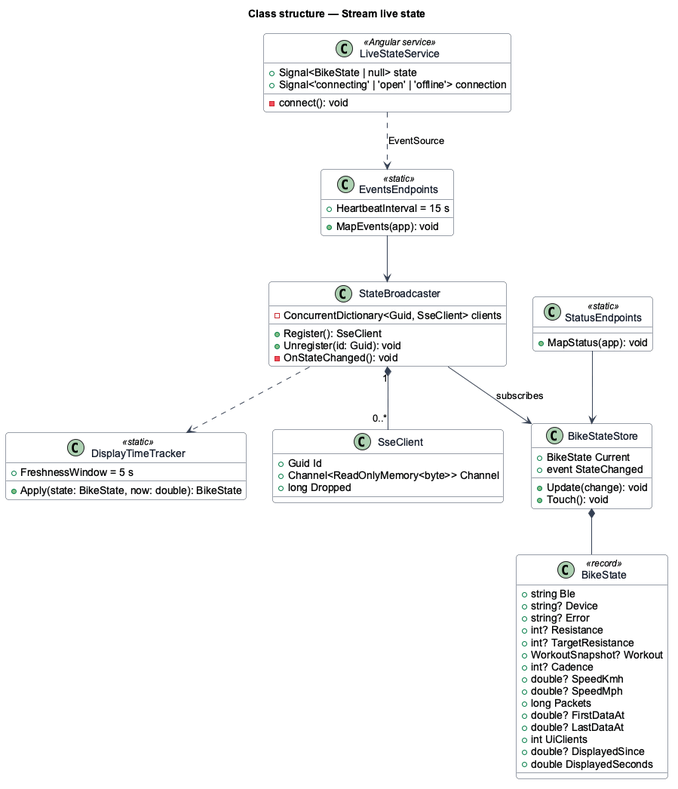
Above: docs/detailed-designs/live-state/stream-live-state/diagrams/class-structure.png in QuinntyneBrown/ride-one (PlantUML), before the change. The source it was exported from:
```plantuml
@startuml
skinparam backgroundColor #FFFFFF
skinparam shadowing false
skinparam roundcorner 8
skinparam defaultFontName Arial
skinparam ArrowColor #344054
skinparam class {
  BorderColor #344054
  FontColor #101828
  BackgroundColor #F9FAFB
}
title Class structure — Stream live state

class BikeState <<record>> {
  +string Ble
  +string? Device
  +string? Error
  +int? Resistance
  +int? TargetResistance
  +WorkoutSnapshot? Workout
  +int? Cadence
  +double? SpeedKmh
  +double? SpeedMph
  +long Packets
  +double? FirstDataAt
  +double? LastDataAt
  +int UiClients
  +double? DisplayedSince
  +double DisplayedSeconds
}
class BikeStateStore {
  +BikeState Current
  +event StateChanged
  +Update(change): void
  +Touch(): void
}
class DisplayTimeTracker <<static>> {
  +FreshnessWindow = 5 s
  +Apply(state: BikeState, now: double): BikeState
}
class StateBroadcaster {
  -ConcurrentDictionary<Guid, SseClient> clients
  +Register(): SseClient
  +Unregister(id: Guid): void
  -OnStateChanged(): void
}
class SseClient {
  +Guid Id
  +Channel<ReadOnlyMemory<byte>> Channel
  +long Dropped
}
class EventsEndpoints <<static>> {
  +HeartbeatInterval = 15 s
  +MapEvents(app): void
}
class StatusEndpoints <<static>> {
  +MapStatus(app): void
}
class LiveStateService <<Angular service>> {
  +Signal<BikeState | null> state
  +Signal<'connecting' | 'open' | 'offline'> connection
  -connect(): void
}

BikeStateStore *-- BikeState
StateBroadcaster --> BikeStateStore : subscribes
StateBroadcaster ..> DisplayTimeTracker
StateBroadcaster "1" *-- "0..*" SseClient
EventsEndpoints --> StateBroadcaster
StatusEndpoints --> BikeStateStore
LiveStateService ..> EventsEndpoints : EventSource
@enduml
```
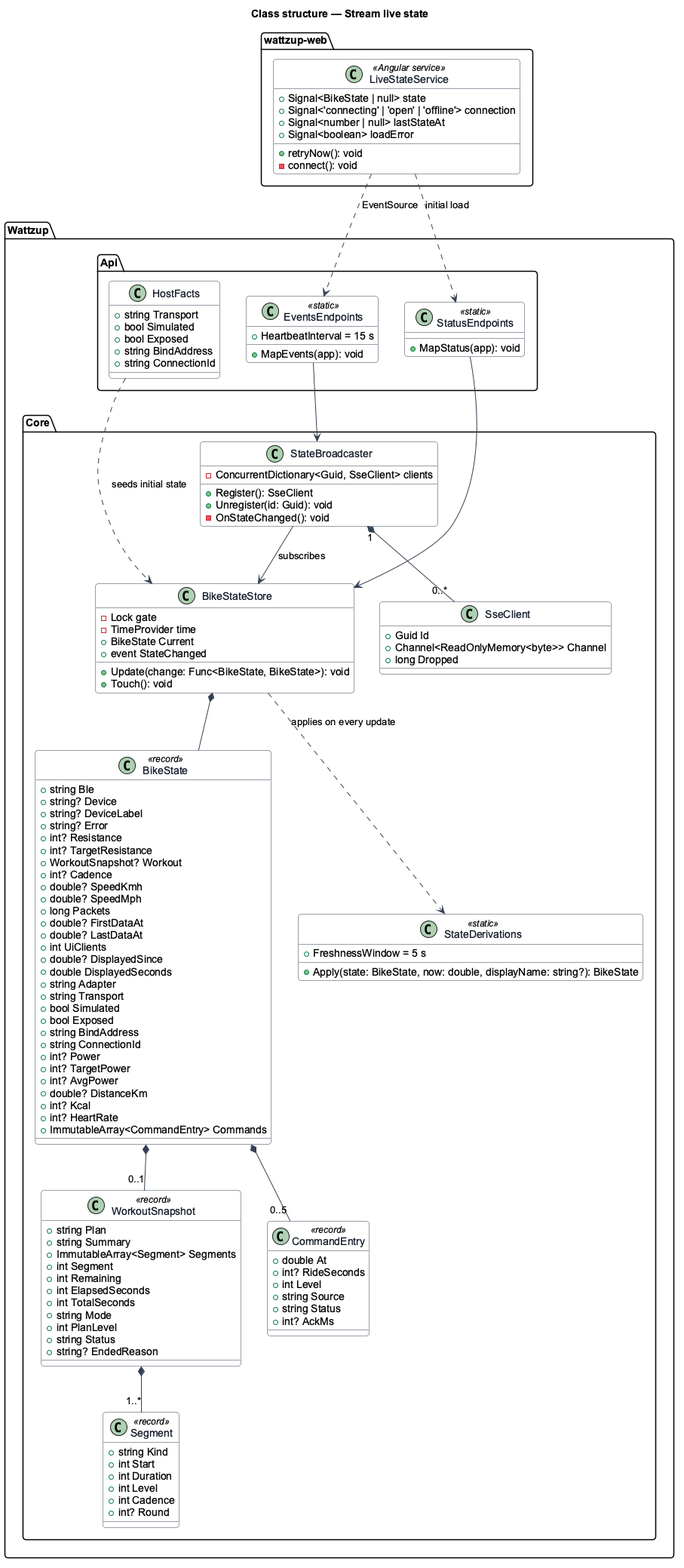
Above is the later version.

What changed in the source:
```diff
@@ -11,62 +11,130 @@
 }
 title Class structure — Stream live state
 
-class BikeState <<record>> {
-  +string Ble
-  +string? Device
-  +string? Error
-  +int? Resistance
-  +int? TargetResistance
-  +WorkoutSnapshot? Workout
-  +int? Cadence
-  +double? SpeedKmh
-  +double? SpeedMph
-  +long Packets
-  +double? FirstDataAt
-  +double? LastDataAt
-  +int UiClients
-  +double? DisplayedSince
-  +double DisplayedSeconds
-}
-class BikeStateStore {
-  +BikeState Current
-  +event StateChanged
-  +Update(change): void
-  +Touch(): void
-}
-class DisplayTimeTracker <<static>> {
-  +FreshnessWindow = 5 s
-  +Apply(state: BikeState, now: double): BikeState
-}
-class StateBroadcaster {
-  -ConcurrentDictionary<Guid, SseClient> clients
-  +Register(): SseClient
-  +Unregister(id: Guid): void
-  -OnStateChanged(): void
-}
-class SseClient {
-  +Guid Id
-  +Channel<ReadOnlyMemory<byte>> Channel
-  +long Dropped
-}
-class EventsEndpoints <<static>> {
-  +HeartbeatInterval = 15 s
-  +MapEvents(app): void
-}
-class StatusEndpoints <<static>> {
-  +MapStatus(app): void
-}
-class LiveStateService <<Angular service>> {
-  +Signal<BikeState | null> state
-  +Signal<'connecting' | 'open' | 'offline'> connection
-  -connect(): void
+package "Wattzup.Core" {
+  class BikeState <<record>> {
+    +string Ble
+    +string? Device
+    +string? DeviceLabel
+    +string? Error
+    +int? Resistance
+    +int? TargetResistance
+    +WorkoutSnapshot? Workout
+    +int? Cadence
+    +double? SpeedKmh
+    +double? SpeedMph
+    +long Packets
+    +double? FirstDataAt
+    +double? LastDataAt
+    +int UiClients
+    +double? DisplayedSince
+    +double DisplayedSeconds
+    +string Adapter
+    +string Transport
+    +bool Simulated
+    +bool Exposed
+    +string BindAddress
+    +string ConnectionId
+    +int? Power
+    +int? TargetPower
+    +int? AvgPower
+    +double? DistanceKm
+    +int? Kcal
+    +int? HeartRate
+    +ImmutableArray<CommandEntry> Commands
+  }
+  class WorkoutSnapshot <<record>> {
+    +string Plan
+    +string Summary
+    +ImmutableArray<Segment> Segments
+    +int Segment
+    +int Remaining
+    +int ElapsedSeconds
+    +int TotalSeconds
+    +string Mode
+    +int PlanLevel
+    +string Status
+    +string? EndedReason
+  }
+  class Segment <<record>> {
+    +string Kind
+    +int Start
+    +int Duration
+    +int Level
+    +int Cadence
+    +int? Round
+  }
+  class CommandEntry <<record>> {
+    +double At
+    +int? RideSeconds
+    +int Level
+    +string Source
+    +string Status
+    +int? AckMs
+  }
+  class BikeStateStore {
+    -Lock gate
+    -TimeProvider time
+    +BikeState Current
+    +event StateChanged
+    +Update(change: Func<BikeState, BikeState>): void
+    +Touch(): void
+  }
+  class StateDerivations <<static>> {
+    +FreshnessWindow = 5 s
+    +Apply(state: BikeState, now: double, displayName: string?): BikeState
+  }
+  class StateBroadcaster {
+    -ConcurrentDictionary<Guid, SseClient> clients
+    +Register(): SseClient
+    +Unregister(id: Guid): void
+    -OnStateChanged(): void
+  }
+  class SseClient {
+    +Guid Id
+    +Channel<ReadOnlyMemory<byte>> Channel
+    +long Dropped
+  }
 }
 
+package "Wattzup.Api" {
+  class HostFacts {
+    +string Transport
+    +bool Simulated
+    +bool Exposed
+    +string BindAddress
+    +string ConnectionId
+  }
+  class EventsEndpoints <<static>> {
+    +HeartbeatInterval = 15 s
+    +MapEvents(app): void
+  }
+  class StatusEndpoints <<static>> {
+    +MapStatus(app): void
+  }
+}
+
+package "wattzup-web" {
+  class LiveStateService <<Angular service>> {
+    +Signal<BikeState | null> state
+    +Signal<'connecting' | 'open' | 'offline'> connection
+    +Signal<number | null> lastStateAt
+    +Signal<boolean> loadError
+    +retryNow(): void
+    -connect(): void
+  }
+}
+
+BikeState *-- "0..1" WorkoutSnapshot
+WorkoutSnapshot *-- "1..*" Segment
+BikeState *-- "0..5" CommandEntry
 BikeStateStore *-- BikeState
+BikeStateStore ..> StateDerivations : applies on every update
+HostFacts ..> BikeStateStore : seeds initial state
 StateBroadcaster --> BikeStateStore : subscribes
-StateBroadcaster ..> DisplayTimeTracker
 StateBroadcaster "1" *-- "0..*" SseClient
 EventsEndpoints --> StateBroadcaster
 StatusEndpoints --> BikeStateStore
 LiveStateService ..> EventsEndpoints : EventSource
+LiveStateService ..> StatusEndpoints : initial load
 @enduml
```
